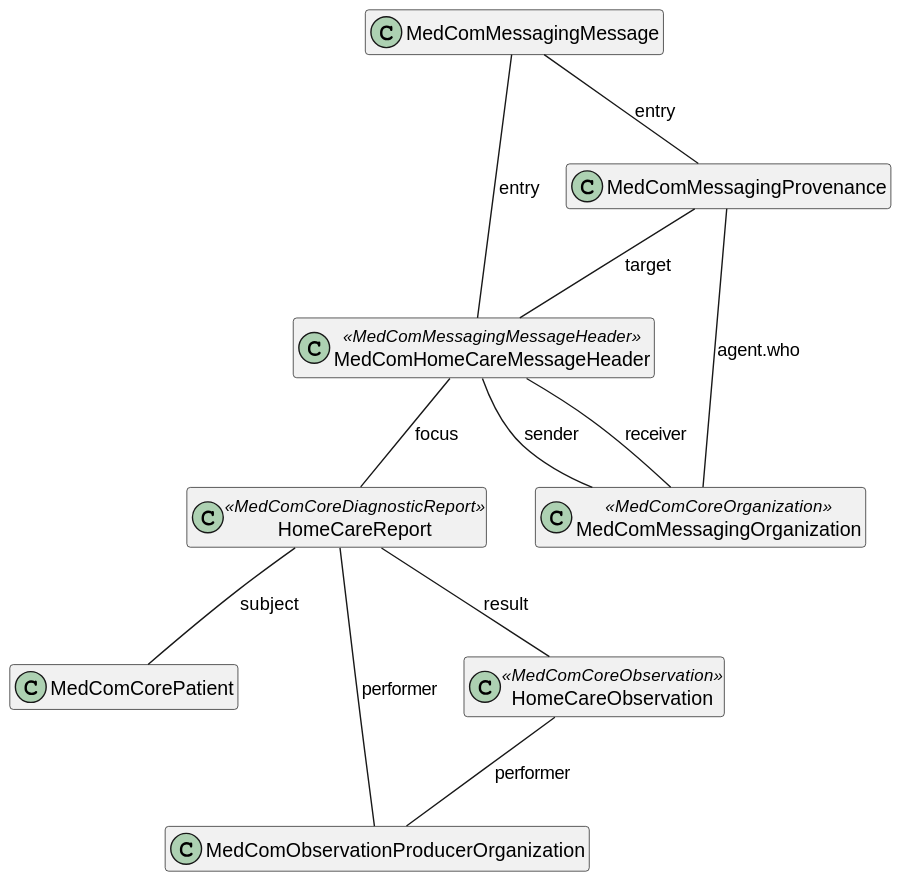
Earlier version of the PlantUML export input/images/HomeCareObservation/HomeCareObservationMessage.svg (medcomdk/dk_MunicipalityObservationResults).
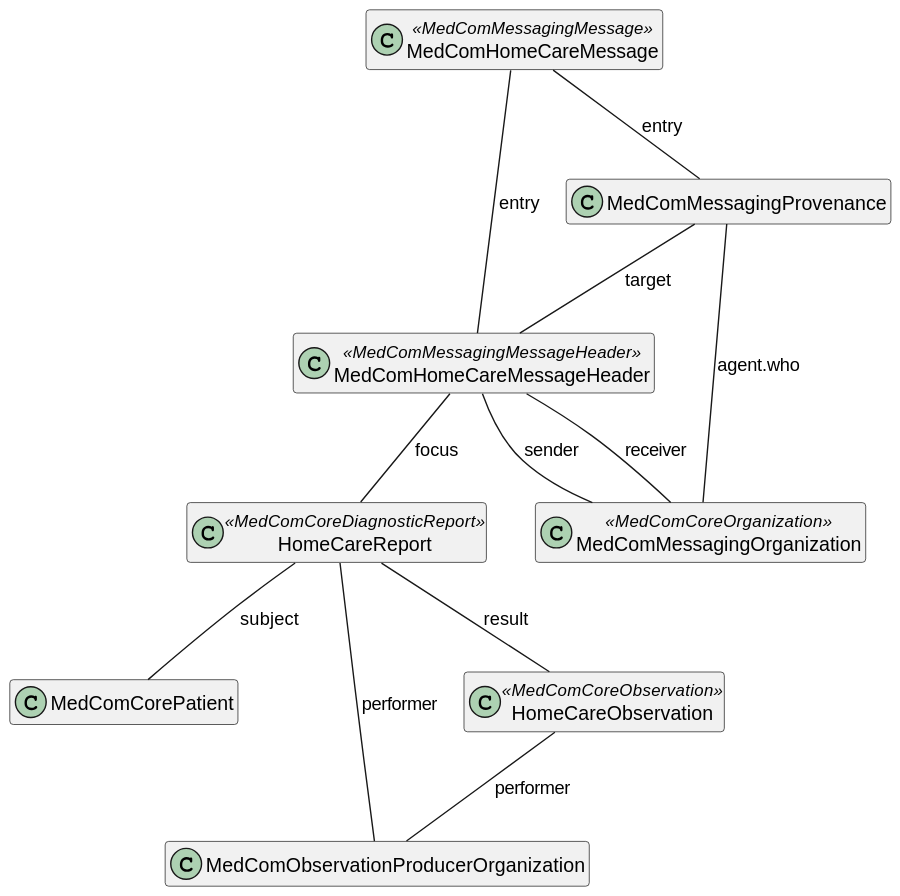
After the change.

What changed in the source:
```diff
@@ -4,7 +4,7 @@
 
 top to bottom direction
 
-class "MedComMessagingMessage" as message
+class "MedComHomeCareMessage" as message <<MedComMessagingMessage>>
 class "MedComHomeCareMessageHeader" as messageheader <<MedComMessagingMessageHeader>>
 class "MedComMessagingProvenance" as provenance
 class "MedComMessagingOrganization" as messagingOrganization <<MedComCoreOrganization>>
```
